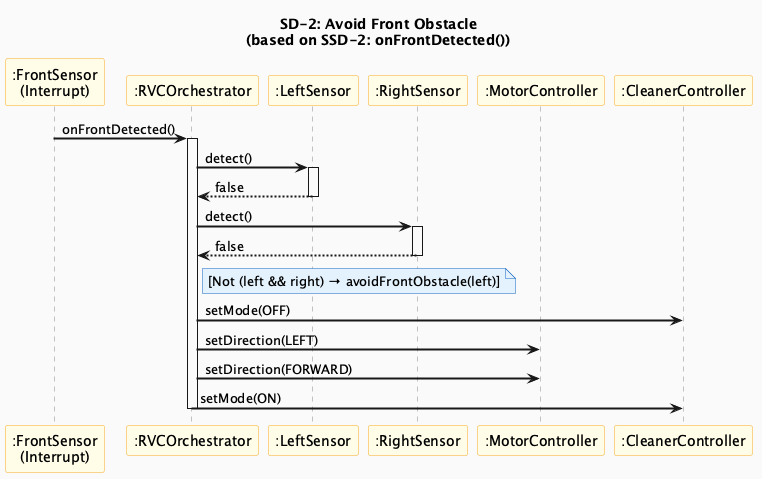
Earlier version of the PlantUML export docs/vibe-coding/03-ood/images/SD2_AvoidFrontObstacle.png (OOP-konkuk/CICD-Team7).
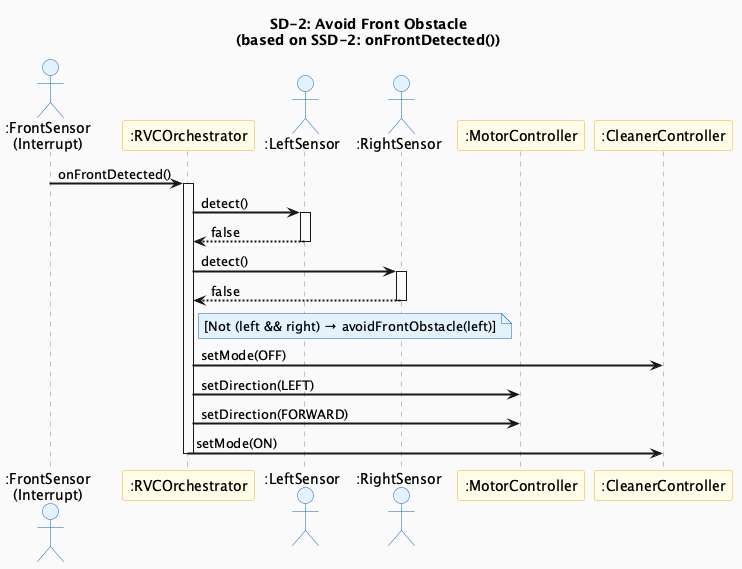
The same diagram one commit later.

Commit message:
style(ood): Change external actors from participant to actor in SD-1~4

The edit, as a diff of the source:
```diff
@@ -3,16 +3,18 @@
 skinparam sequenceArrowThickness 2
 skinparam sequenceParticipantBackgroundColor #FFFDE7
 skinparam sequenceParticipantBorderColor #F9A825
+skinparam sequenceActorBackgroundColor #E3F2FD
+skinparam sequenceActorBorderColor #1565C0
 skinparam sequenceLifeLineBorderColor #888888
 skinparam noteBackgroundColor #E3F2FD
 skinparam noteBorderColor #1565C0
 
 title SD-2: Avoid Front Obstacle\n(based on SSD-2: onFrontDetected())
 
-participant ":FrontSensor\n(Interrupt)" as FS
+actor ":FrontSensor\n(Interrupt)" as FS
 participant ":RVCOrchestrator" as Orch
-participant ":LeftSensor" as LS
-participant ":RightSensor" as RS
+actor ":LeftSensor" as LS
+actor ":RightSensor" as RS
 participant ":MotorController" as Motor
 participant ":CleanerController" as Cleaner
 
```
